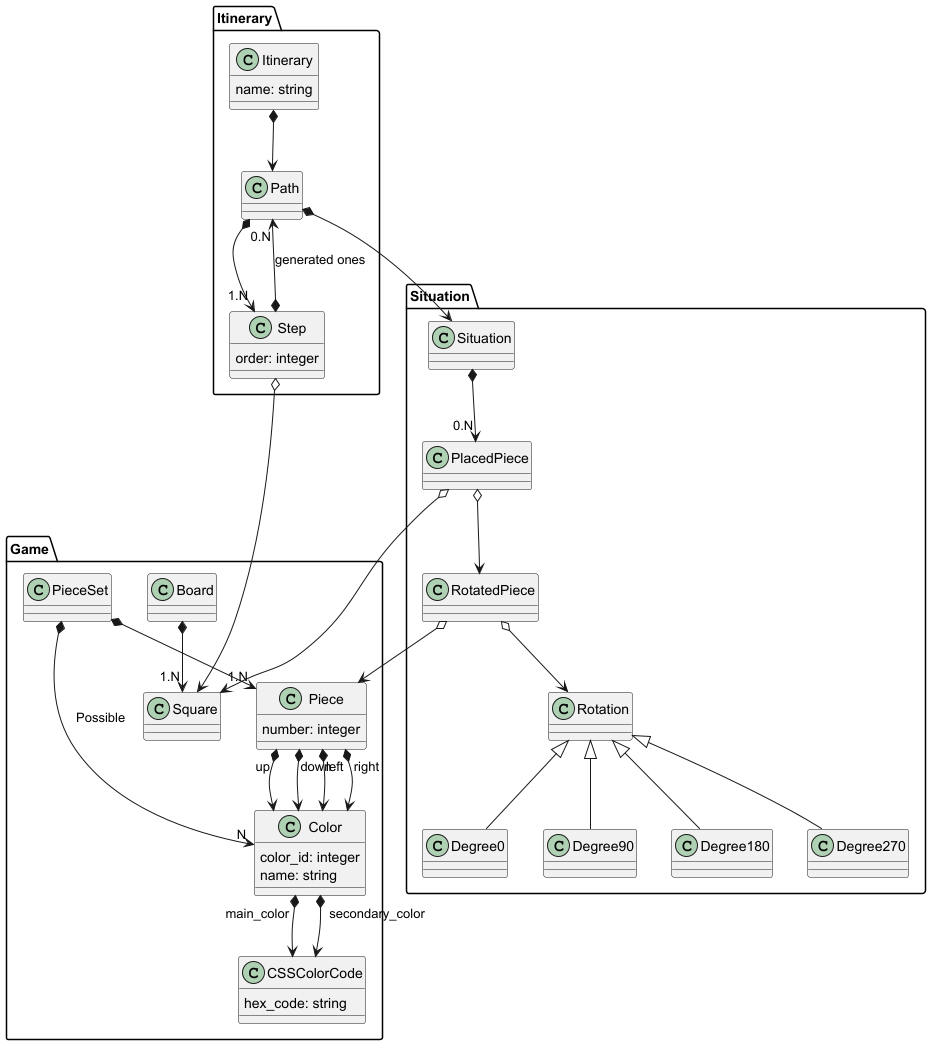
The PlantUML diagram doc/DomainModelDiagram/DomainModelDiagram.png in IgnacioMaestro/Eternity2, before a commit. The source it was exported from:
```plantuml
@startuml
package Game{
    class Board
    class Square
    class PieceSet
    class Piece {
        number: integer
    }
    class Color {
        color_id: integer
        name: string
    }
    class CSSColorCode {
        hex_code: string
    }

    Board *--> "1.N" Square
    PieceSet *--> "N" Color: Possible
    Piece "up" *--> Color
    Piece "down" *--> Color
    Piece "left" *--> Color
    Piece "right" *--> Color
    PieceSet *--> "1.N" Piece
    Color "main_color" *--> CSSColorCode
    Color "secondary_color" *--> CSSColorCode
}
package Situation {
    class Situation
    class PlacedPiece
    class Rotation
    class RotatedPiece

    RotatedPiece o--> Rotation
    RotatedPiece o--> Piece
    PlacedPiece o--> RotatedPiece
    Situation *--> "0.N" PlacedPiece
    Rotation <|-- Degree0
    Rotation <|-- Degree90
    Rotation <|-- Degree180
    Rotation <|-- Degree270
}
package Itinerary {
    class Itinerary {
        name: string
    }
    class Path
    class Step {
        order: integer
    }

    Path *--> "1.N" Step
    Itinerary *--> Path
    Step *--> "0.N" Path : "generated ones"
}
Path *--> Situation.Situation
PlacedPiece o--> Square
Step o--> Square
@enduml
```
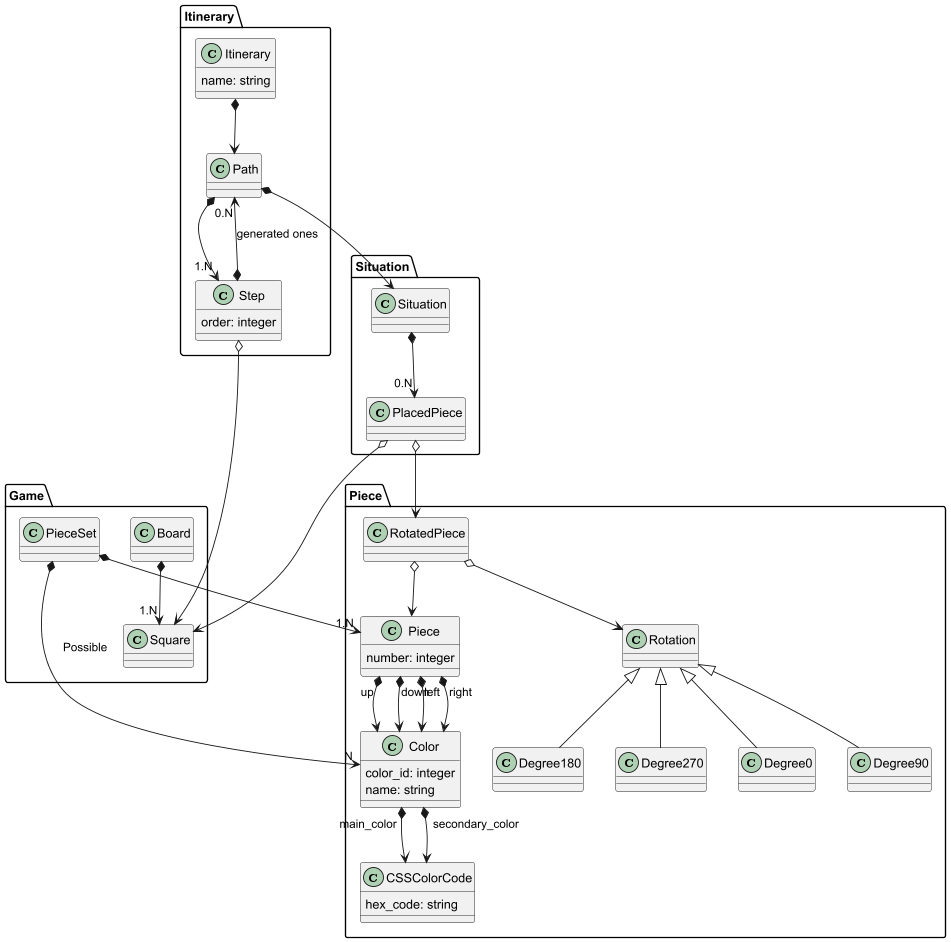
Above is the later version.

Change to the diagram source:
```diff
@@ -1,43 +1,46 @@
 @startuml
-package Game{
-    class Board
-    class Square
-    class PieceSet
-    class Piece {
-        number: integer
+package Piece{
+    class CSSColorCode {
+        hex_code: string
     }
     class Color {
         color_id: integer
         name: string
     }
-    class CSSColorCode {
-        hex_code: string
+    class Piece {
+        number: integer
     }
 
-    Board *--> "1.N" Square
-    PieceSet *--> "N" Color: Possible
+    Color "main_color" *--> CSSColorCode
+    Color "secondary_color" *--> CSSColorCode
     Piece "up" *--> Color
     Piece "down" *--> Color
     Piece "left" *--> Color
     Piece "right" *--> Color
-    PieceSet *--> "1.N" Piece
-    Color "main_color" *--> CSSColorCode
-    Color "secondary_color" *--> CSSColorCode
+    class RotatedPiece
+    class Rotation
+    RotatedPiece o--> Rotation
+    RotatedPiece o--> Piece
+    Rotation <|-- Degree0
+    Rotation <|-- Degree90
+    Rotation <|-- Degree180
+    Rotation <|-- Degree270
+}
+package Game{
+    class Board
+    class Square
+    class PieceSet
+
+    Board *--> "1.N" Square
+    PieceSet *--> "N" Piece.Color: Possible
+    PieceSet *--> "1.N" Piece.Piece
 }
 package Situation {
     class Situation
     class PlacedPiece
-    class Rotation
-    class RotatedPiece
 
-    RotatedPiece o--> Rotation
-    RotatedPiece o--> Piece
     PlacedPiece o--> RotatedPiece
     Situation *--> "0.N" PlacedPiece
-    Rotation <|-- Degree0
-    Rotation <|-- Degree90
-    Rotation <|-- Degree180
-    Rotation <|-- Degree270
 }
 package Itinerary {
     class Itinerary {
```
